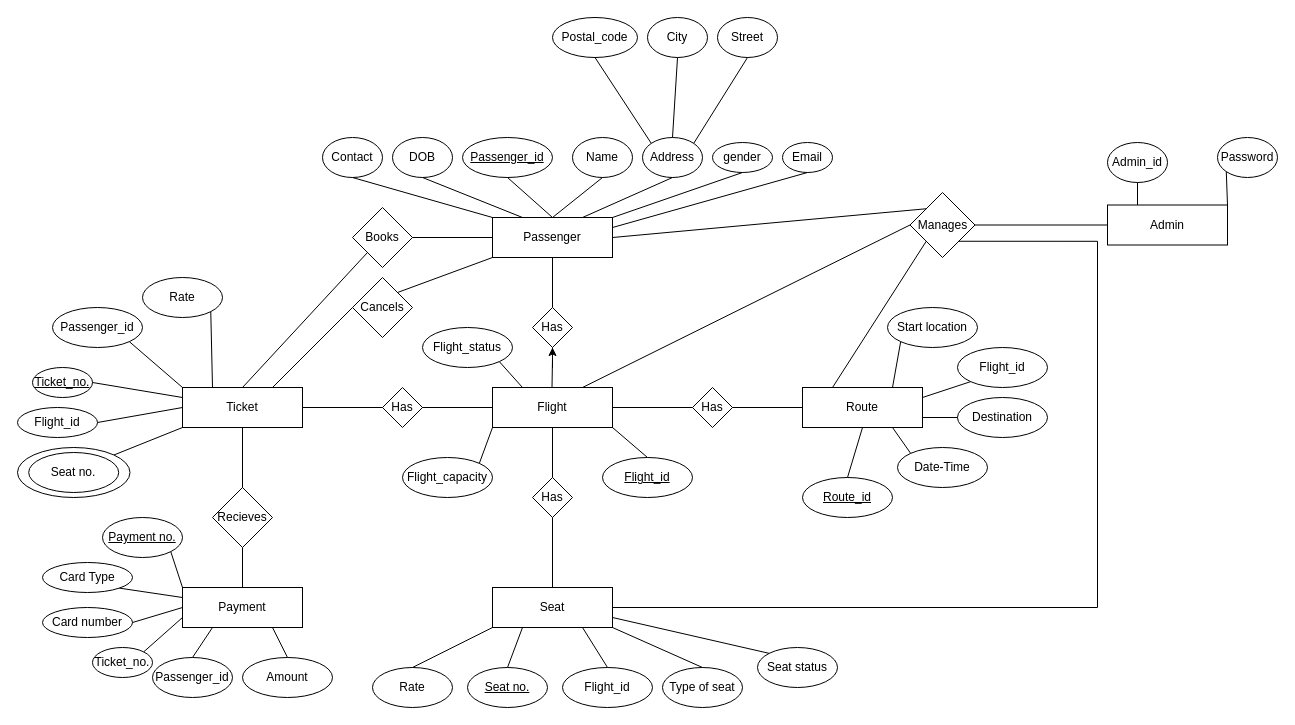
Earlier version of the draw.io diagram Diagrams/ER-diagram.drawio (sh7vashrestha/AirlineManagementSystem). Source tidied: cells renumbered, new cells numbered last; positions are measured from the earlier drawing's top-left corner, leaving out a move shared by most shapes. Both pictures are drawn from the tidied source at 100%, with x=0, y=0 at pixel (17, 17).
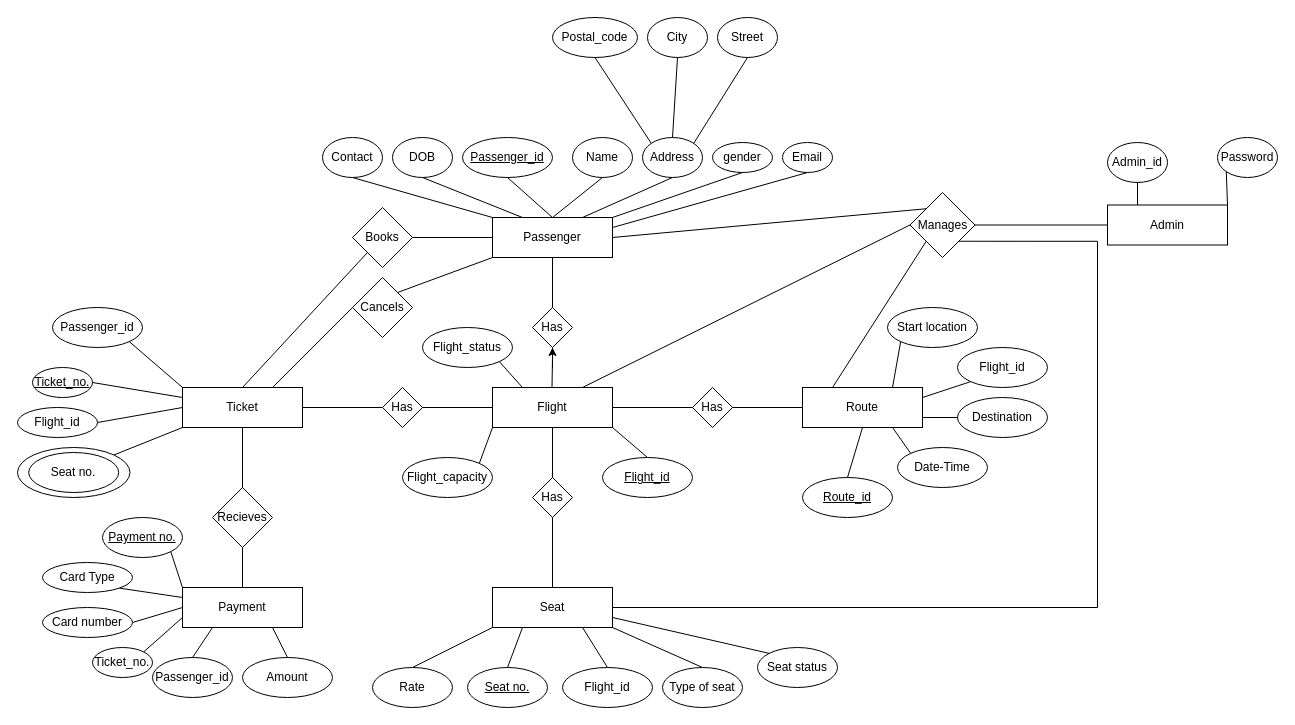
The same page after the edit.

Unchanged cells that the change refers to:
```xml
<mxCell id="5" value="Ticket" style="rounded=0;whiteSpace=wrap;html=1;" parent="1" vertex="1">
  <mxGeometry x="165" y="370" width="120" height="40" as="geometry" />
</mxCell>
```

Diff of the diagram source:
```diff
@@
-    <mxCell id="42" value="Rate" style="ellipse;whiteSpace=wrap;html=1;rounded=0;" parent="1" vertex="1">
-      <mxGeometry x="125" y="260" width="80" height="40" as="geometry" />
-    </mxCell>
@@
-    <mxCell id="47" style="endArrow=none;html=1;rounded=0;exitX=1;exitY=1;exitDx=0;exitDy=0;entryX=0.25;entryY=0;entryDx=0;entryDy=0;" parent="1" edge="1" source="42" target="5">
-      <mxGeometry relative="1" as="geometry" />
-    </mxCell>
```
